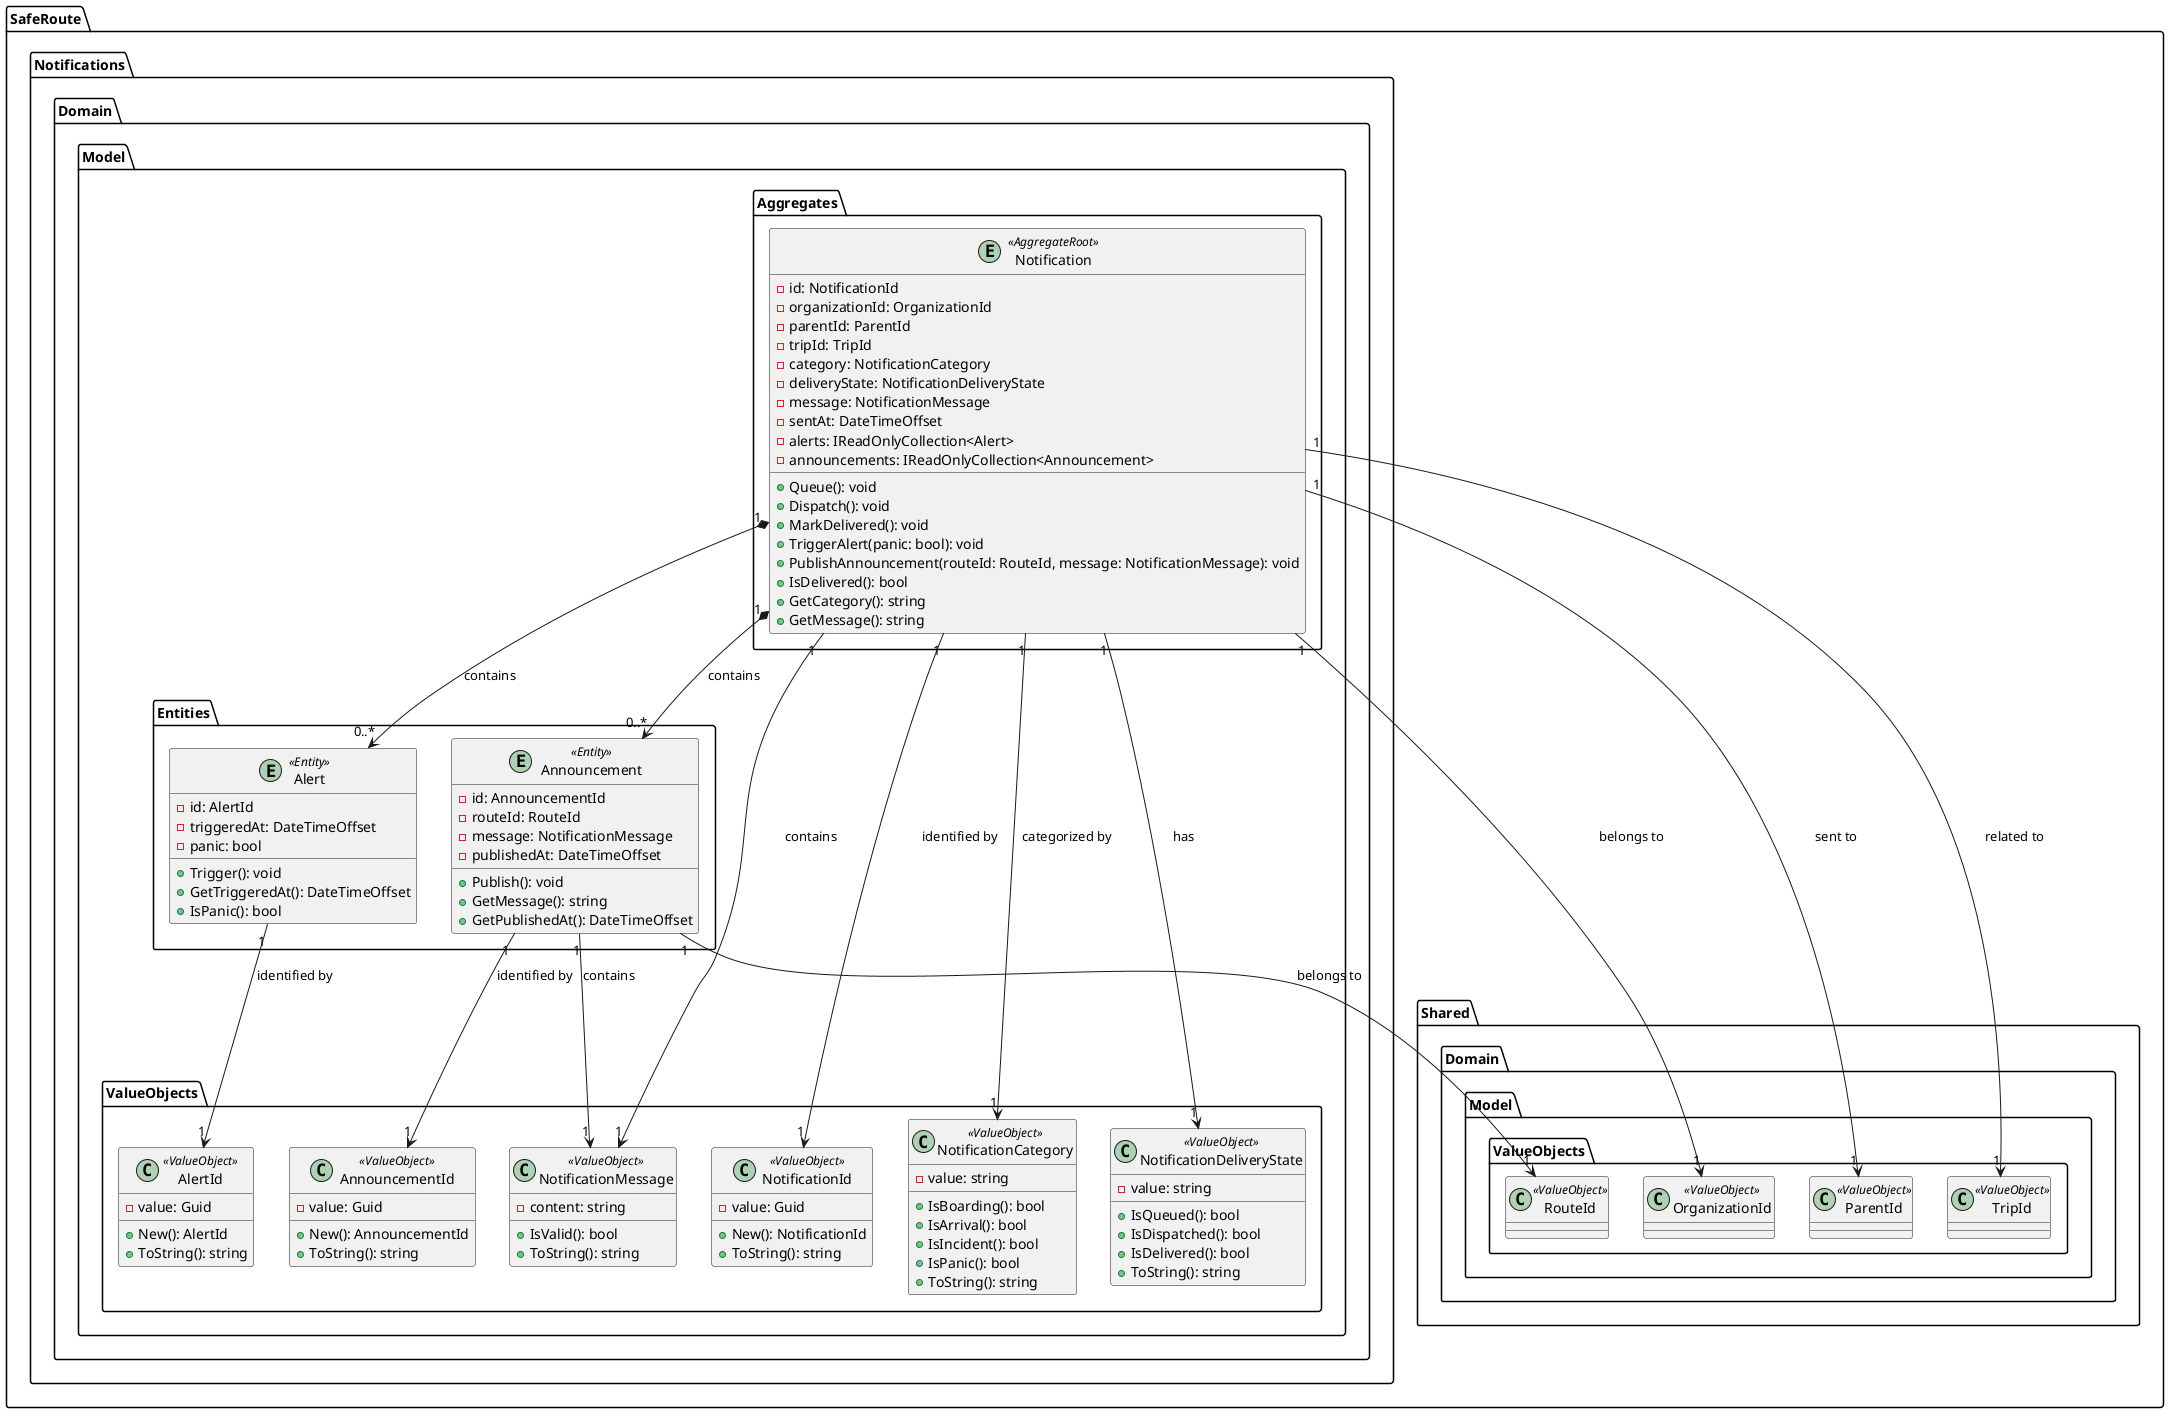
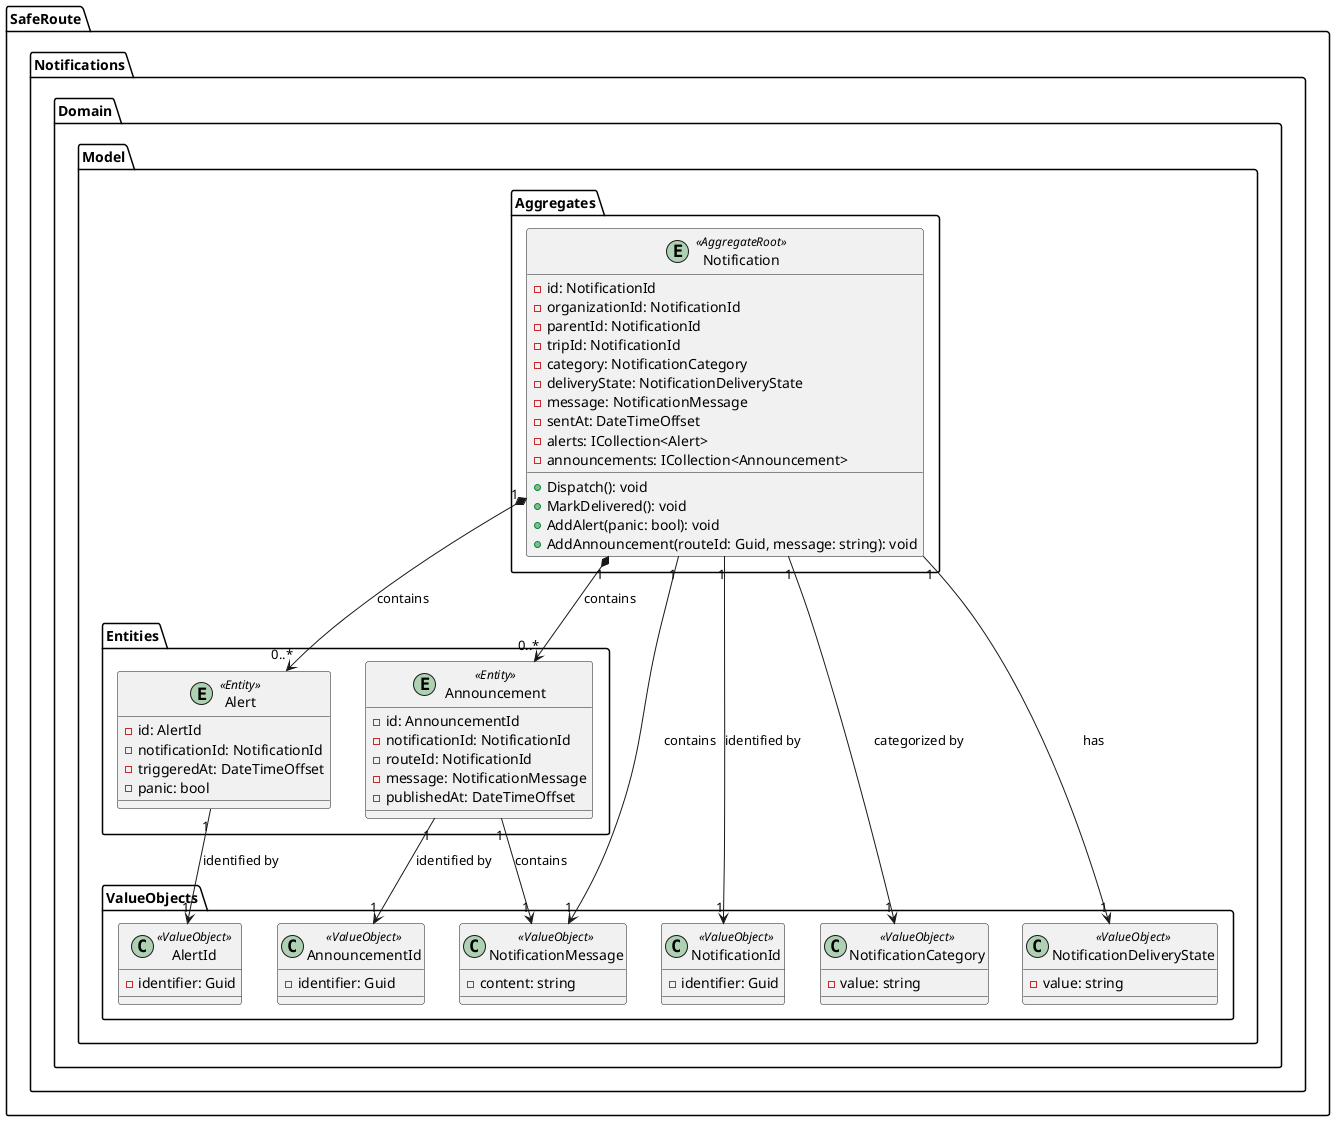
@startuml
skinparam monochrome false

package "SafeRoute.Notifications.Domain.Model.Aggregates" {
  entity "Notification" as Notification <<AggregateRoot>> {
    -id: NotificationId
-     -organizationId: OrganizationId
-     -parentId: ParentId
-     -tripId: TripId
+     -organizationId: NotificationId
+     -parentId: NotificationId
+     -tripId: NotificationId
    -category: NotificationCategory
    -deliveryState: NotificationDeliveryState
    -message: NotificationMessage
    -sentAt: DateTimeOffset
-     -alerts: IReadOnlyCollection<Alert>
-     -announcements: IReadOnlyCollection<Announcement>
-     +Queue(): void
+     -alerts: ICollection<Alert>
+     -announcements: ICollection<Announcement>
    +Dispatch(): void
    +MarkDelivered(): void
-     +TriggerAlert(panic: bool): void
-     +PublishAnnouncement(routeId: RouteId, message: NotificationMessage): void
-     +IsDelivered(): bool
-     +GetCategory(): string
-     +GetMessage(): string
+     +AddAlert(panic: bool): void
+     +AddAnnouncement(routeId: Guid, message: string): void
  }
}

package "SafeRoute.Notifications.Domain.Model.Entities" {
  entity "Alert" as Alert <<Entity>> {
    -id: AlertId
+     -notificationId: NotificationId
    -triggeredAt: DateTimeOffset
    -panic: bool
-     +Trigger(): void
-     +GetTriggeredAt(): DateTimeOffset
-     +IsPanic(): bool
  }

  entity "Announcement" as Announcement <<Entity>> {
    -id: AnnouncementId
-     -routeId: RouteId
+     -notificationId: NotificationId
+     -routeId: NotificationId
    -message: NotificationMessage
    -publishedAt: DateTimeOffset
-     +Publish(): void
-     +GetMessage(): string
-     +GetPublishedAt(): DateTimeOffset
  }
}

package "SafeRoute.Notifications.Domain.Model.ValueObjects" {
  class "NotificationId" as NotificationId <<ValueObject>> {
-     -value: Guid
-     +New(): NotificationId
-     +ToString(): string
+     -identifier: Guid
  }

  class "AlertId" as AlertId <<ValueObject>> {
-     -value: Guid
-     +New(): AlertId
-     +ToString(): string
+     -identifier: Guid
  }

  class "AnnouncementId" as AnnouncementId <<ValueObject>> {
-     -value: Guid
-     +New(): AnnouncementId
-     +ToString(): string
+     -identifier: Guid
  }

  class "NotificationCategory" as NotificationCategory <<ValueObject>> {
    -value: string
-     +IsBoarding(): bool
-     +IsArrival(): bool
-     +IsIncident(): bool
-     +IsPanic(): bool
-     +ToString(): string
  }

  class "NotificationDeliveryState" as NotificationDeliveryState <<ValueObject>> {
    -value: string
-     +IsQueued(): bool
-     +IsDispatched(): bool
-     +IsDelivered(): bool
-     +ToString(): string
  }

  class "NotificationMessage" as NotificationMessage <<ValueObject>> {
    -content: string
-     +IsValid(): bool
-     +ToString(): string
-   }
- }
- 
- ' ─── Shared ──────────────────────────────────────────────────────────────────
- package "SafeRoute.Shared.Domain.Model.ValueObjects" {
-   class "OrganizationId" as SharedOrganizationId <<ValueObject>> {
-   }
-   class "ParentId" as SharedParentId <<ValueObject>> {
-   }
-   class "TripId" as SharedTripId <<ValueObject>> {
-   }
-   class "RouteId" as SharedRouteId <<ValueObject>> {
  }
}

Notification "1" --> "1" NotificationId : identified by
- Notification "1" --> "1" SharedOrganizationId : belongs to
- Notification "1" --> "1" SharedParentId : sent to
- Notification "1" --> "1" SharedTripId : related to
Notification "1" --> "1" NotificationCategory : categorized by
Notification "1" --> "1" NotificationDeliveryState : has
Notification "1" --> "1" NotificationMessage : contains
Notification "1" *--> "0..*" Alert : contains
Notification "1" *--> "0..*" Announcement : contains
Alert "1" --> "1" AlertId : identified by
Announcement "1" --> "1" AnnouncementId : identified by
- Announcement "1" --> "1" SharedRouteId : belongs to
Announcement "1" --> "1" NotificationMessage : contains

@enduml
